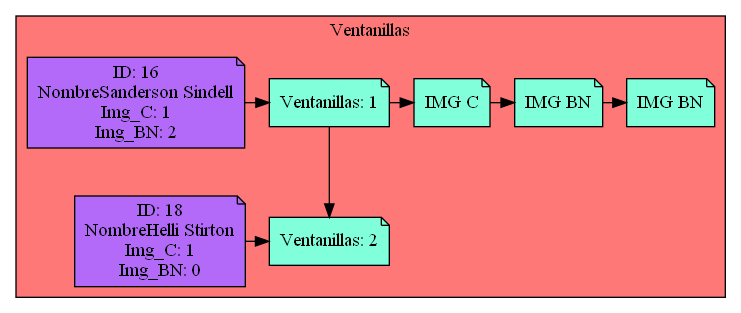
Serch-ING/EDD_UDRAWING_202000119 keeps this Graphviz diagram as Simple_Windows.png. Above is the earlier version. Its source is kept beside it as Simple_Windows.dot.
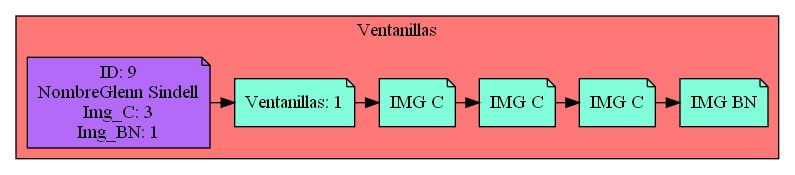
Later version of the same file.

What changed in the source:
```diff
@@ -4,27 +4,20 @@
     label= " Ventanillas "
     bgcolor = "#FF7878"
 Nodo1192171522[label="Ventanillas: 1",fillcolor="#81FFDA",group=1]
-Nodo1661081225[label="Ventanillas: 2",fillcolor="#81FFDA",group=2]
 
-Nodo1192171522 -> Nodo1661081225
+Cliente530737374[label="ID: 9
+NombreGlenn Sindell
+Img_C: 3
+Img_BN: 1",fillcolor="#B36AF9",group=1]
+Cliente530737374-> Nodo1192171522
+Nodo1741979653[label="IMG C",fillcolor="#81FFDA"]
+Nodo78204644[label="IMG C",fillcolor="#81FFDA"]
+Nodo7967307[label="IMG C",fillcolor="#81FFDA"]
+Nodo1045997582[label="IMG BN",fillcolor="#81FFDA"]
+Nodo1741979653 -> Nodo78204644
+Nodo78204644 -> Nodo7967307
+Nodo7967307 -> Nodo1045997582
 
-Cliente712609105[label="ID: 16
-NombreSanderson Sindell
-Img_C: 1
-Img_BN: 2",fillcolor="#B36AF9",group=1]
-Cliente712609105-> Nodo1192171522
-Nodo952562199[label="IMG C",fillcolor="#81FFDA"]
-Nodo1499136125[label="IMG BN",fillcolor="#81FFDA"]
-Nodo1793436274[label="IMG BN",fillcolor="#81FFDA"]
-Nodo952562199 -> Nodo1499136125
-Nodo1499136125 -> Nodo1793436274
+Nodo1192171522 -> Nodo1741979653
 
-Nodo1192171522 -> Nodo952562199
-
-{rank=same;Nodo1192171522,Cliente712609105,Nodo952562199,Nodo1499136125,Nodo1793436274}
-Cliente1199673596[label="ID: 18
-NombreHelli Stirton
-Img_C: 1
-Img_BN: 0",fillcolor="#B36AF9",group=2]
-Cliente1199673596-> Nodo1661081225
-{rank=same;Nodo1661081225,Cliente1199673596}}}
+{rank=same;Nodo1192171522,Cliente530737374,Nodo1741979653,Nodo78204644,Nodo7967307,Nodo1045997582}}}
```
